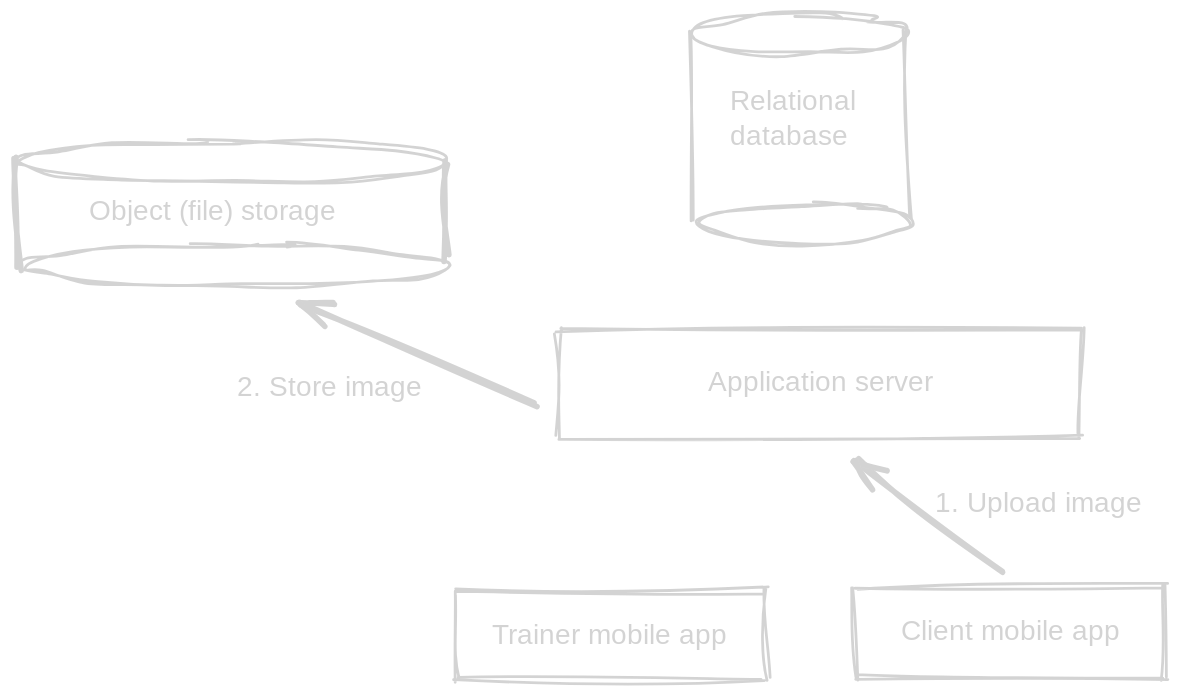
This is images/gym-app-upload-2.svg from filipegeric/scaling-the-client, a Excalidraw export, as it was before one commit. Source tidied: one line per element, renumbered; positions are measured from the earlier drawing's top-left corner, leaving out a move shared by most shapes. The source it was exported from:
```json
{"id": 0, "type": "rectangle", "strokeColor": "#1e1e1e", "strokeWidth": 2, "roughness": 2, "x": 313, "y": 412, "width": 222, "height": 65}
{"id": 1, "type": "text", "text": "Trainer mobile app", "strokeColor": "#1e1e1e", "backgroundColor": "#ffffff", "fillStyle": "solid", "strokeWidth": 2, "roughness": 2, "fontSize": 20, "fontFamily": 1, "textAlign": "center", "verticalAlign": "middle", "inside": 0, "x": 335, "y": 432, "width": 179, "height": 25}
{"id": 2, "type": "rectangle", "strokeColor": "#1e1e1e", "strokeWidth": 2, "roughness": 2, "x": 600, "y": 409, "width": 222, "height": 65}
{"id": 3, "type": "text", "text": "Client mobile app", "strokeColor": "#1e1e1e", "backgroundColor": "#ffffff", "fillStyle": "solid", "strokeWidth": 2, "roughness": 2, "fontSize": 20, "fontFamily": 1, "textAlign": "center", "verticalAlign": "middle", "inside": 2, "x": 630, "y": 429, "width": 162, "height": 25}
{"id": 4, "type": "rectangle", "strokeColor": "#1e1e1e", "strokeWidth": 2, "roughness": 2, "x": 389, "y": 225, "width": 372, "height": 78}
{"id": 5, "type": "text", "text": "Application server", "strokeColor": "#1e1e1e", "backgroundColor": "#ffffff", "fillStyle": "solid", "strokeWidth": 2, "roughness": 2, "fontSize": 20, "fontFamily": 1, "textAlign": "center", "verticalAlign": "middle", "inside": 4, "x": 489, "y": 251, "width": 172, "height": 25}
{"id": 6, "type": "ellipse", "strokeColor": "#1e1e1e", "strokeWidth": 2, "roughness": 2, "x": 487, "y": 135, "width": 153, "height": 28}
{"id": 7, "type": "ellipse", "strokeColor": "#1e1e1e", "strokeWidth": 2, "roughness": 2, "x": 485, "y": 0, "width": 153, "height": 28}
{"id": 8, "type": "line", "strokeColor": "#1e1e1e", "backgroundColor": "#ffffff", "fillStyle": "solid", "strokeWidth": 2, "roughness": 2, "x": 481, "y": 13, "width": 2, "height": 135, "points": [[0, 0], [2, 135]]}
{"id": 9, "type": "line", "strokeColor": "#1e1e1e", "backgroundColor": "#ffffff", "fillStyle": "solid", "strokeWidth": 2, "roughness": 2, "x": 635, "y": 11, "width": 3, "height": 136, "points": [[0, 0], [3, 136]]}
{"id": 10, "type": "text", "text": "Relational \ndatabase", "strokeColor": "#1e1e1e", "backgroundColor": "#ffffff", "fillStyle": "solid", "strokeWidth": 2, "roughness": 2, "fontSize": 20, "fontFamily": 1, "x": 511, "y": 51, "width": 108, "height": 50}
{"id": 11, "type": "ellipse", "strokeColor": "#1e1e1e", "strokeWidth": 2, "roughness": 2, "x": 4, "y": 165, "width": 305, "height": 29}
{"id": 12, "type": "ellipse", "strokeColor": "#1e1e1e", "strokeWidth": 2, "roughness": 2, "x": 2, "y": 91, "width": 305, "height": 29}
{"id": 13, "type": "text", "text": "Object (file) storage", "strokeColor": "#1e1e1e", "strokeWidth": 4, "roughness": 2, "fontSize": 20, "fontFamily": 1, "x": 53, "y": 129, "width": 205, "height": 25}
{"id": 14, "type": "line", "strokeColor": "#1e1e1e", "strokeWidth": 4, "roughness": 2, "x": 0, "y": 103, "width": 2, "height": 77, "points": [[0, 0], [2, 77]]}
{"id": 15, "type": "line", "strokeColor": "#1e1e1e", "strokeWidth": 4, "roughness": 2, "x": 306, "y": 105, "width": 3, "height": 69, "points": [[0, 0], [3, 69]]}
{"id": 16, "type": "arrow", "strokeColor": "#1e1e1e", "strokeWidth": 4, "roughness": 2, "endArrowhead": "arrow", "from": 2, "to": 4, "x": 706, "y": 399, "width": 106, "height": 82, "points": [[0, 0], [-106, -82]]}
{"id": 17, "type": "text", "text": "1. Upload image", "strokeColor": "#1e1e1e", "strokeWidth": 4, "roughness": 2, "fontSize": 20, "fontFamily": 1, "x": 657, "y": 338, "width": 147, "height": 25}
{"id": 18, "type": "arrow", "strokeColor": "#1e1e1e", "strokeWidth": 4, "roughness": 2, "endArrowhead": "arrow", "from": 4, "to": 11, "x": 373, "y": 281, "width": 168, "height": 75, "points": [[0, 0], [-168, -75]]}
{"id": 19, "type": "text", "text": "2. Store image", "strokeColor": "#1e1e1e", "strokeWidth": 4, "roughness": 2, "fontSize": 20, "fontFamily": 1, "x": 158, "y": 255, "width": 145, "height": 25}
```
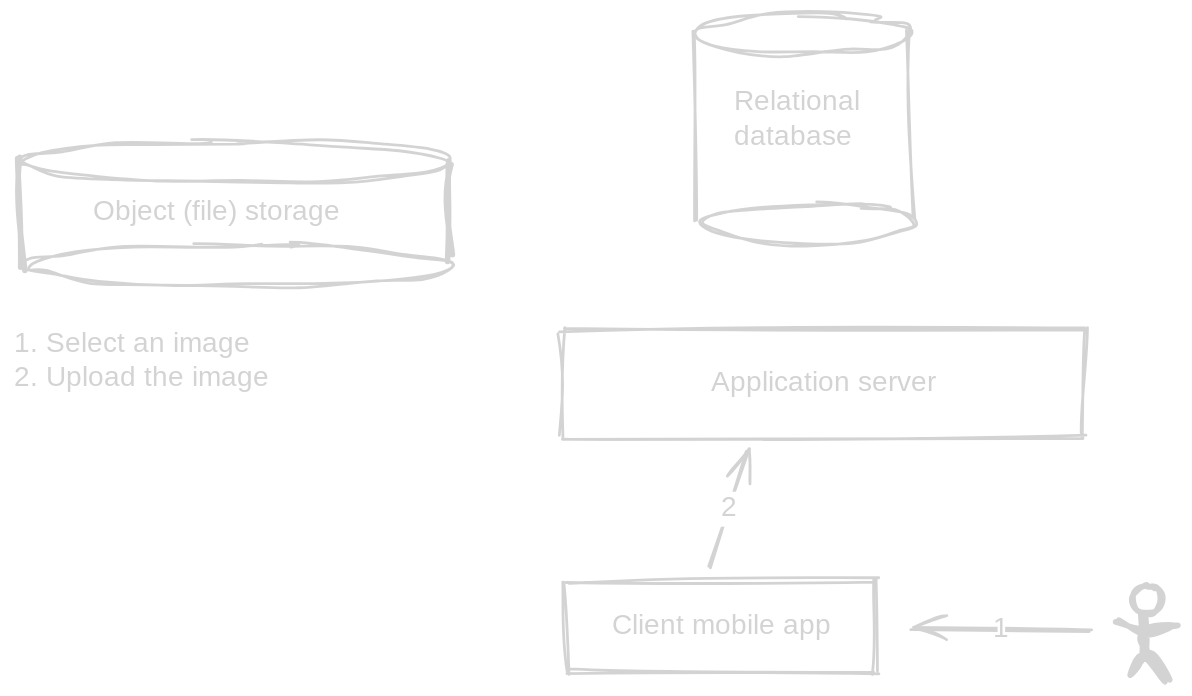
The same file after the commit.

Change to the diagram source:
```diff
@@ -1,7 +1,5 @@
-{"id": 0, "type": "rectangle", "strokeColor": "#1e1e1e", "strokeWidth": 2, "roughness": 2, "x": 313, "y": 412, "width": 222, "height": 65}
-{"id": 1, "type": "text", "text": "Trainer mobile app", "strokeColor": "#1e1e1e", "backgroundColor": "#ffffff", "fillStyle": "solid", "strokeWidth": 2, "roughness": 2, "fontSize": 20, "fontFamily": 1, "textAlign": "center", "verticalAlign": "middle", "inside": 0, "x": 335, "y": 432, "width": 179, "height": 25}
-{"id": 2, "type": "rectangle", "strokeColor": "#1e1e1e", "strokeWidth": 2, "roughness": 2, "x": 600, "y": 409, "width": 222, "height": 65}
+{"id": 2, "type": "rectangle", "strokeColor": "#1e1e1e", "strokeWidth": 2, "roughness": 2, "x": 391, "y": 405, "width": 222, "height": 65}
-{"id": 3, "type": "text", "text": "Client mobile app", "strokeColor": "#1e1e1e", "backgroundColor": "#ffffff", "fillStyle": "solid", "strokeWidth": 2, "roughness": 2, "fontSize": 20, "fontFamily": 1, "textAlign": "center", "verticalAlign": "middle", "inside": 2, "x": 630, "y": 429, "width": 162, "height": 25}
+{"id": 3, "type": "text", "text": "Client mobile app", "strokeColor": "#1e1e1e", "backgroundColor": "#ffffff", "fillStyle": "solid", "strokeWidth": 2, "roughness": 2, "fontSize": 20, "fontFamily": 1, "textAlign": "center", "verticalAlign": "middle", "inside": 2, "x": 421, "y": 425, "width": 162, "height": 25}
 {"id": 4, "type": "rectangle", "strokeColor": "#1e1e1e", "strokeWidth": 2, "roughness": 2, "x": 389, "y": 225, "width": 372, "height": 78}
 {"id": 5, "type": "text", "text": "Application server", "strokeColor": "#1e1e1e", "backgroundColor": "#ffffff", "fillStyle": "solid", "strokeWidth": 2, "roughness": 2, "fontSize": 20, "fontFamily": 1, "textAlign": "center", "verticalAlign": "middle", "inside": 4, "x": 489, "y": 251, "width": 172, "height": 25}
 {"id": 6, "type": "ellipse", "strokeColor": "#1e1e1e", "strokeWidth": 2, "roughness": 2, "x": 487, "y": 135, "width": 153, "height": 28}
@@ -14,7 +12,11 @@
 {"id": 13, "type": "text", "text": "Object (file) storage", "strokeColor": "#1e1e1e", "strokeWidth": 4, "roughness": 2, "fontSize": 20, "fontFamily": 1, "x": 53, "y": 129, "width": 205, "height": 25}
 {"id": 14, "type": "line", "strokeColor": "#1e1e1e", "strokeWidth": 4, "roughness": 2, "x": 0, "y": 103, "width": 2, "height": 77, "points": [[0, 0], [2, 77]]}
 {"id": 15, "type": "line", "strokeColor": "#1e1e1e", "strokeWidth": 4, "roughness": 2, "x": 306, "y": 105, "width": 3, "height": 69, "points": [[0, 0], [3, 69]]}
-{"id": 16, "type": "arrow", "strokeColor": "#1e1e1e", "strokeWidth": 4, "roughness": 2, "endArrowhead": "arrow", "from": 2, "to": 4, "x": 706, "y": 399, "width": 106, "height": 82, "points": [[0, 0], [-106, -82]]}
-{"id": 17, "type": "text", "text": "1. Upload image", "strokeColor": "#1e1e1e", "strokeWidth": 4, "roughness": 2, "fontSize": 20, "fontFamily": 1, "x": 657, "y": 338, "width": 147, "height": 25}
-{"id": 18, "type": "arrow", "strokeColor": "#1e1e1e", "strokeWidth": 4, "roughness": 2, "endArrowhead": "arrow", "from": 4, "to": 11, "x": 373, "y": 281, "width": 168, "height": 75, "points": [[0, 0], [-168, -75]]}
-{"id": 19, "type": "text", "text": "2. Store image", "strokeColor": "#1e1e1e", "strokeWidth": 4, "roughness": 2, "fontSize": 20, "fontFamily": 1, "x": 158, "y": 255, "width": 145, "height": 25}
+{"id": 20, "type": "ellipse", "strokeColor": "#1e1e1e", "strokeWidth": 4, "roughness": 2, "round": true, "x": 796, "y": 408, "width": 20, "height": 20}
+{"id": 21, "type": "line", "strokeColor": "#1e1e1e", "strokeWidth": 4, "roughness": 2, "round": true, "x": 805, "y": 428, "width": 46, "height": 47, "points": [[0, 0], [1, 29], [-13, 45], [1, 30], [17, 47], [-1, 28], [-1, 12], [23, 7], [-1, 12], [-22, 6]]}
+{"id": 22, "type": "arrow", "strokeColor": "#1e1e1e", "strokeWidth": 2, "roughness": 1, "endArrowhead": "arrow", "round": true, "x": 766, "y": 441, "width": 127, "height": 2, "points": [[0, 0], [-127, -2]]}
+{"id": 23, "type": "text", "text": "1", "strokeColor": "#1e1e1e", "strokeWidth": 2, "roughness": 1, "fontSize": 20, "fontFamily": 1, "textAlign": "center", "verticalAlign": "middle", "inside": 22, "x": 699, "y": 428, "width": 5, "height": 25}
+{"id": 24, "type": "arrow", "strokeColor": "#1e1e1e", "strokeWidth": 2, "roughness": 1, "endArrowhead": "arrow", "round": true, "from": 2, "to": 4, "x": 494, "y": 396, "width": 27, "height": 84, "points": [[0, 0], [27, -84]]}
+{"id": 25, "type": "text", "text": "2", "strokeColor": "#1e1e1e", "strokeWidth": 2, "roughness": 1, "fontSize": 20, "fontFamily": 1, "textAlign": "center", "verticalAlign": "middle", "inside": 24, "x": 500, "y": 341, "width": 14, "height": 25}
+{"id": 26, "type": "text", "text": "1. Select an image", "strokeColor": "#1e1e1e", "strokeWidth": 2, "roughness": 1, "fontSize": 20, "fontFamily": 1, "x": -3, "y": 224, "width": 176, "height": 25}
+{"id": 27, "type": "text", "text": "2. Upload the image", "strokeColor": "#1e1e1e", "strokeWidth": 2, "roughness": 1, "fontSize": 20, "fontFamily": 1, "x": -3, "y": 248, "width": 198, "height": 25}
```
